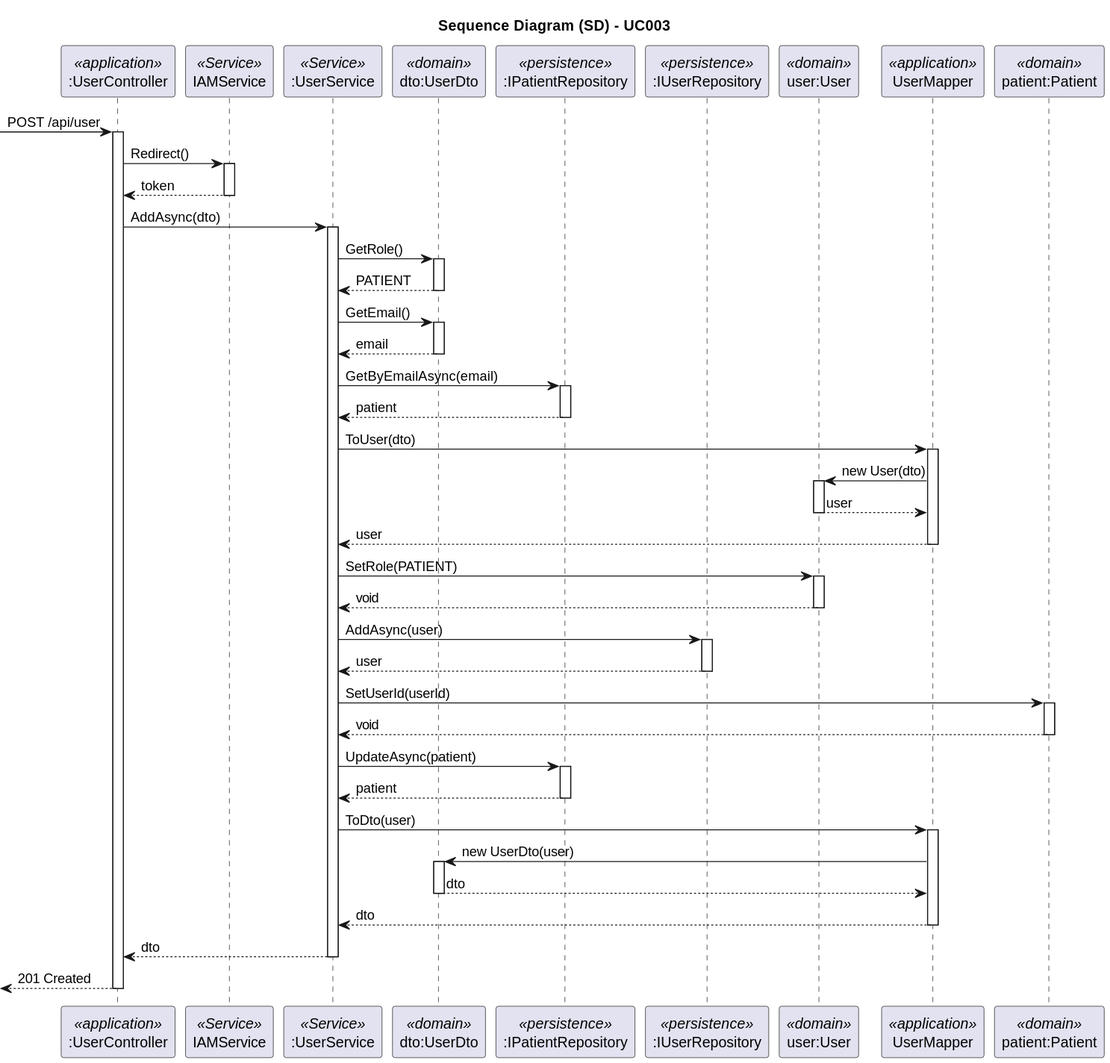
Earlier version of the PlantUML export docs/SprintA/UseCases/UC003/03.design/svg/uc003-sequence-diagram.svg (1221124/sem5pi-24-25-g031).
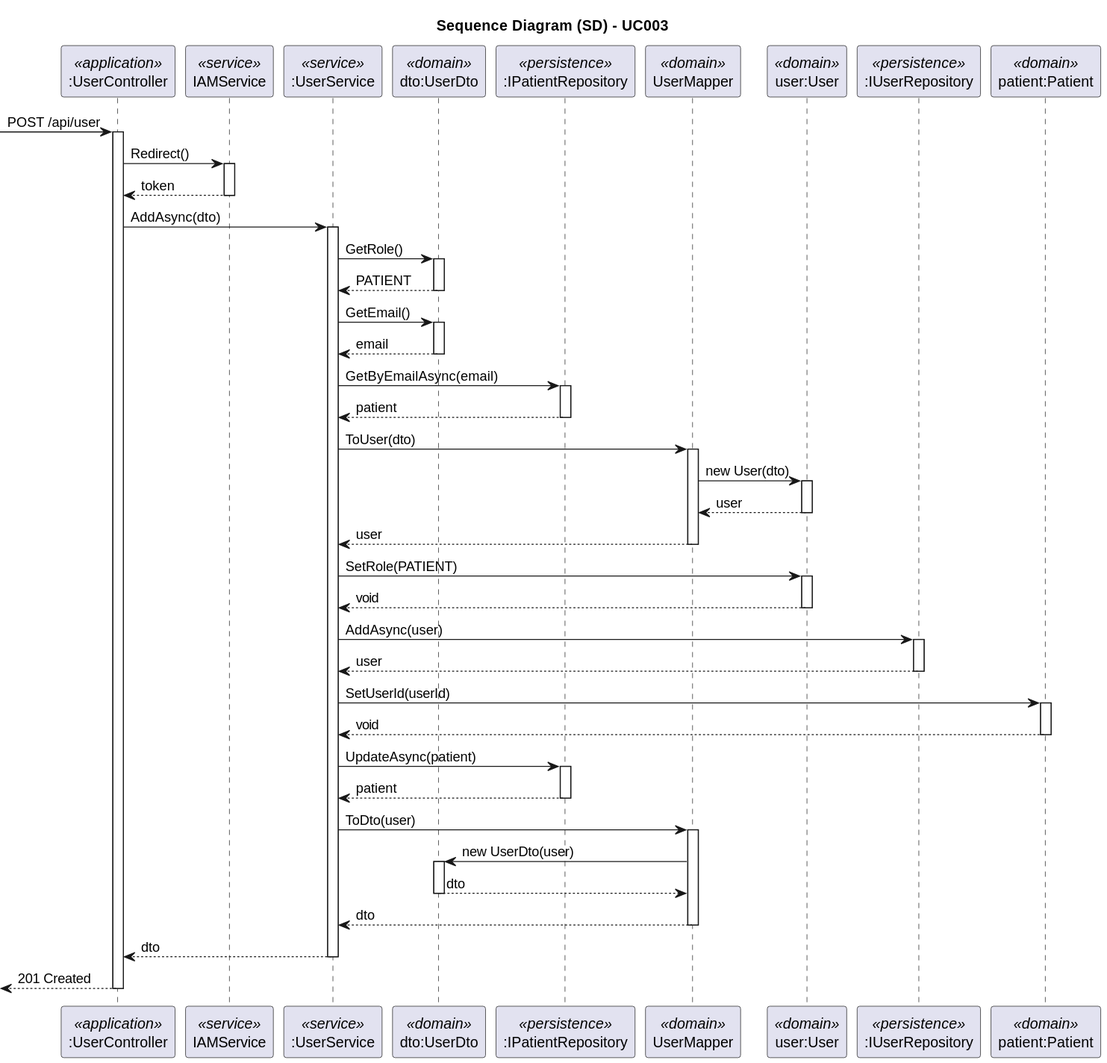
Above is the later version.

Diff of the diagram source:
```diff
@@ -8,13 +8,13 @@
 title Sequence Diagram (SD) - UC003
 
 participant ":UserController" as Controller <<application>>
-participant "IAMService" as IAM <<Service>>
-participant ":UserService" as Service <<Service>>
+participant "IAMService" as IAM <<service>>
+participant ":UserService" as Service <<service>>
 participant "dto:UserDto" as Dto <<domain>>
 participant ":IPatientRepository" as PatRepo <<persistence>>
+participant "UserMapper" as Mapper <<domain>>
+participant "user:User" as User <<domain>>
 participant ":IUserRepository" as UserRepo <<persistence>>
-participant "user:User" as User <<domain>>
-participant "UserMapper" as Mapper <<application>>
 participant "patient:Patient" as Patient <<domain>>
 
 -> Controller: POST /api/user
```
